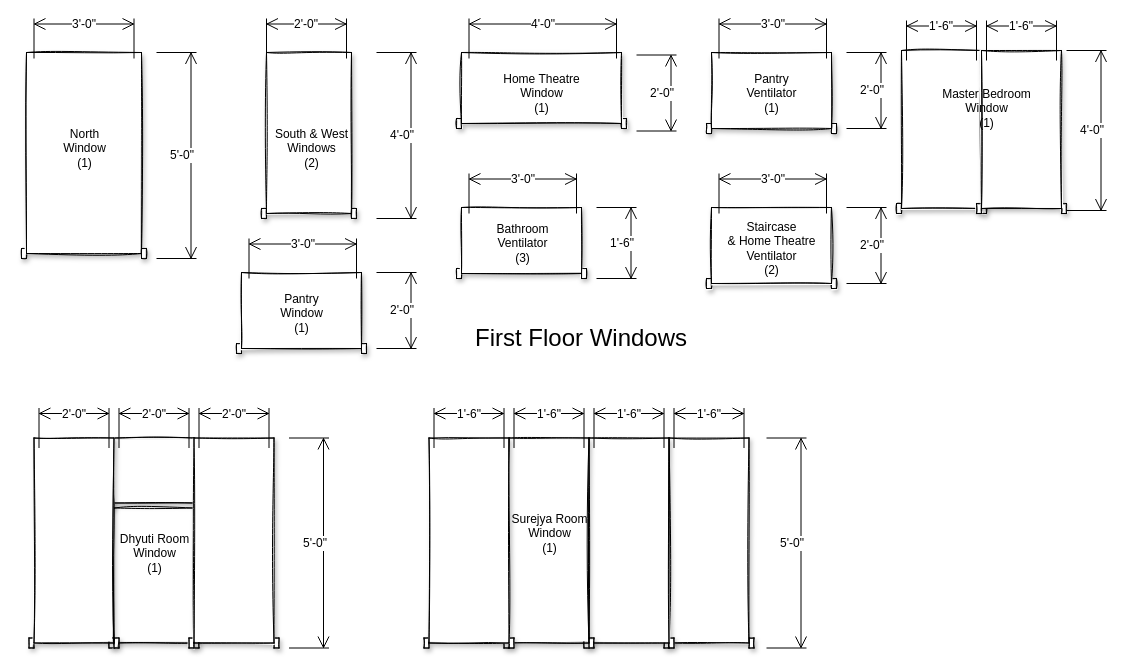
This is page "FF Windows" (4 of 4) of Doors_Windows.drawio from gudiseva/arvind, a draw.io file, before an edit. Source tidied: cells renumbered, new cells numbered last; positions are measured from the earlier drawing's top-left corner, leaving out a move shared by most shapes. Both pictures are drawn from the tidied source at 100%, with x=0, y=0 at pixel (21, 18).
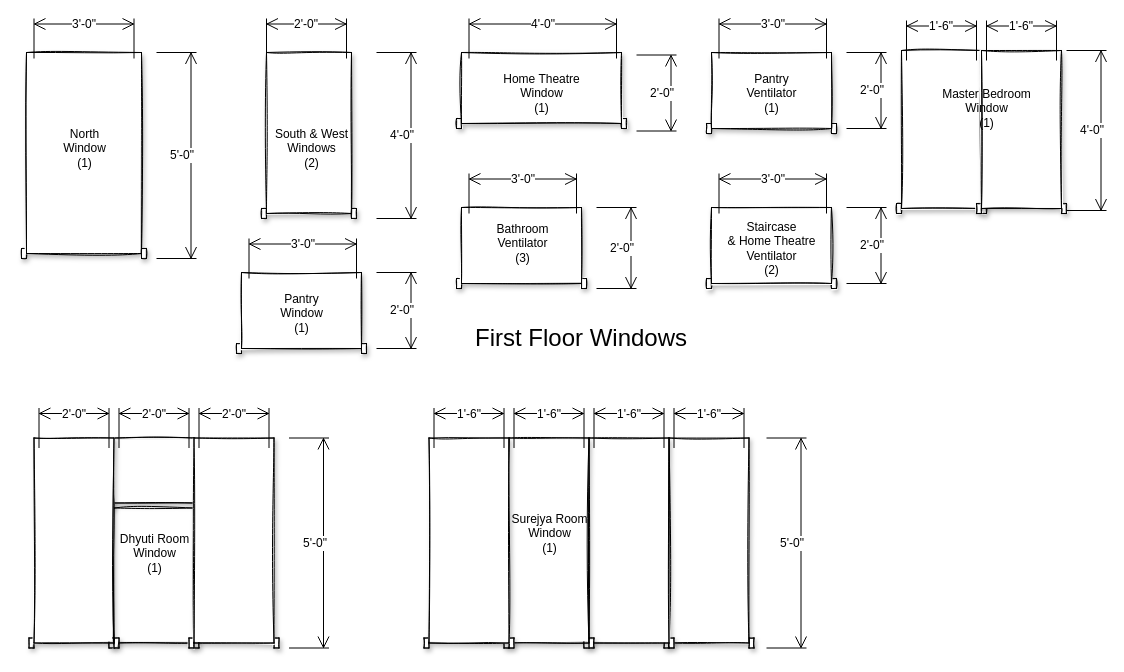
After the change.

The edit, as a diff of the source:
```diff
@@
     <mxCell id="28" style="verticalLabelPosition=bottom;html=1;verticalAlign=top;align=center;shape=mxgraph.floorplan.doorOverhead;shadow=1;sketch=1;gradientColor=none;" parent="1" vertex="1">
-      <mxGeometry x="435" y="189" width="130" height="71" as="geometry" />
+      <mxGeometry x="435" y="189" width="130" height="81" as="geometry" />
     </mxCell>
@@
-    <mxCell id="30" value="1'-6&quot;" style="shape=dimension;direction=north;whiteSpace=wrap;html=1;align=right;verticalAlign=middle;labelBackgroundColor=#ffffff;shadow=0;sketch=0;gradientColor=none;" parent="1" vertex="1">
-      <mxGeometry x="575" y="189" width="40" height="71" as="geometry" />
+    <mxCell id="30" value="2'-0&quot;" style="shape=dimension;direction=north;whiteSpace=wrap;html=1;align=right;verticalAlign=middle;labelBackgroundColor=#ffffff;shadow=0;sketch=0;gradientColor=none;" parent="1" vertex="1">
+      <mxGeometry x="575" y="189" width="40" height="81" as="geometry" />
     </mxCell>
```
